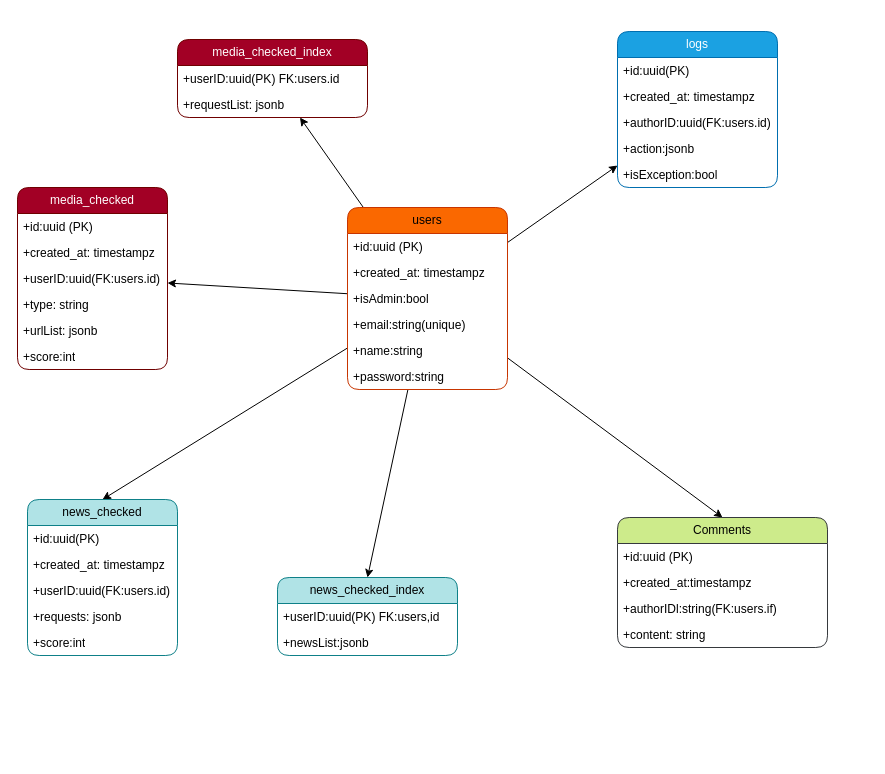
Before: page "Database" (1 of 3) of .diagrams/diagram.drawio in juanvictorqwerty/AI_AND_FAKE_NEWS_DETECTOR-, a draw.io diagram. Source tidied: cells renumbered, new cells numbered last; positions are measured from the earlier drawing's top-left corner, leaving out a move shared by most shapes. Both pictures are drawn from the tidied source at 100%, with x=0, y=0 at pixel (17, 31).
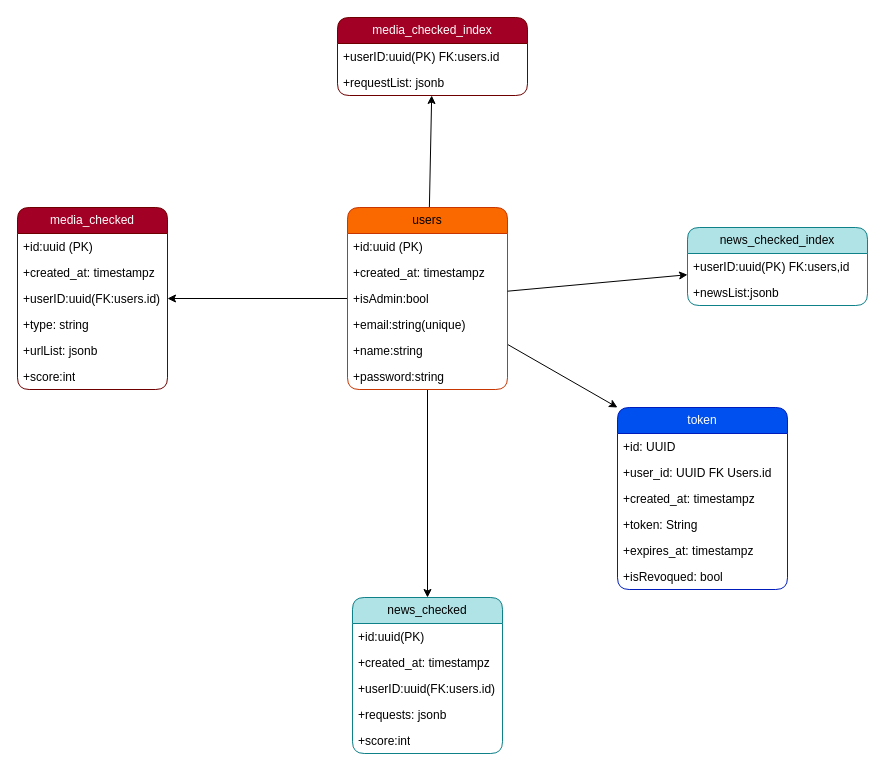
Above is the later version.

Commit message (it also covers changes not shown here):
refactor: remove logs and comments tables from database diagram and update entity positions

Unchanged cells that the change refers to:
```xml
<mxCell id="8" value="users" style="swimlane;fontStyle=0;horizontal=1;startSize=26;fillColor=#fa6800;whiteSpace=wrap;html=1;rounded=1;fontColor=#000000;strokeColor=#C73500;" parent="1" vertex="1">
  <mxGeometry x="330" y="176" width="160" height="182" as="geometry" />
</mxCell>
<mxCell id="11" value="+isAdmin:bool" style="text;strokeColor=none;fillColor=none;align=left;verticalAlign=top;spacingLeft=4;spacingRight=4;overflow=hidden;points=[[0,0.5],[1,0.5]];portConstraint=eastwest;whiteSpace=wrap;html=1;rounded=1;" parent="8" vertex="1">
  <mxGeometry y="78" width="160" height="26" as="geometry" />
</mxCell>
```

Change to the diagram source:
```diff
@@
-    <mxCell id="2" style="edgeStyle=none;html=1;" parent="1" edge="1" source="8" target="22">
-      <mxGeometry relative="1" as="geometry" />
-    </mxCell>
@@
-    <mxCell id="4" style="edgeStyle=none;html=1;entryX=0.5;entryY=0;entryDx=0;entryDy=0;" parent="1" edge="1" source="8" target="34">
-      <mxGeometry relative="1" as="geometry" />
-    </mxCell>
@@
-    <mxCell id="7" style="edgeStyle=none;html=1;entryX=0.5;entryY=0;entryDx=0;entryDy=0;" parent="1" edge="1" source="8" target="42">
-      <mxGeometry relative="1" as="geometry" />
-    </mxCell>
+    <mxCell id="45" style="edgeStyle=none;html=1;entryX=0;entryY=0;entryDx=0;entryDy=0;" parent="1" edge="1" source="8" target="47">
+      <mxGeometry relative="1" as="geometry" />
+    </mxCell>
@@
     <mxCell id="15" value="media_checked" style="swimlane;fontStyle=0;horizontal=1;startSize=26;fillColor=#a20025;whiteSpace=wrap;html=1;rounded=1;fontColor=#ffffff;strokeColor=#6F0000;" parent="1" vertex="1">
-      <mxGeometry y="156" width="150" height="182" as="geometry" />
+      <mxGeometry y="176" width="150" height="182" as="geometry" />
     </mxCell>
@@
-    <mxCell id="22" value="logs" style="swimlane;fontStyle=0;horizontal=1;startSize=26;fillColor=#1ba1e2;whiteSpace=wrap;html=1;rounded=1;fontColor=#ffffff;strokeColor=#006EAF;" parent="1" vertex="1">
-      <mxGeometry x="600" width="160" height="156" as="geometry" />
-    </mxCell>
-    <mxCell id="23" value="+id:uuid(PK)" style="text;strokeColor=none;fillColor=none;align=left;verticalAlign=top;spacingLeft=4;spacingRight=4;overflow=hidden;whiteSpace=wrap;html=1;rounded=1;" parent="22" vertex="1">
-      <mxGeometry y="26" width="160" height="26" as="geometry" />
-    </mxCell>
-    <mxCell id="24" value="+created_at: timestampz" style="text;strokeColor=none;fillColor=none;align=left;verticalAlign=top;spacingLeft=4;spacingRight=4;overflow=hidden;whiteSpace=wrap;html=1;rounded=1;" parent="22" vertex="1">
-      <mxGeometry y="52" width="160" height="26" as="geometry" />
-    </mxCell>
-    <mxCell id="25" value="+authorID:uuid(FK:users.id)" style="text;strokeColor=none;fillColor=none;align=left;verticalAlign=top;spacingLeft=4;spacingRight=4;overflow=hidden;whiteSpace=wrap;html=1;rounded=1;" parent="22" vertex="1">
-      <mxGeometry y="78" width="160" height="26" as="geometry" />
-    </mxCell>
-    <mxCell id="26" value="+action:jsonb" style="text;strokeColor=none;fillColor=none;align=left;verticalAlign=top;spacingLeft=4;spacingRight=4;overflow=hidden;whiteSpace=wrap;html=1;rounded=1;" parent="22" vertex="1">
-      <mxGeometry y="104" width="160" height="26" as="geometry" />
-    </mxCell>
-    <mxCell id="27" value="+isException:bool" style="text;strokeColor=none;fillColor=none;align=left;verticalAlign=top;spacingLeft=4;spacingRight=4;overflow=hidden;whiteSpace=wrap;html=1;rounded=1;" parent="22" vertex="1">
-      <mxGeometry y="130" width="160" height="26" as="geometry" />
-    </mxCell>
     <mxCell id="28" value="news_checked" style="swimlane;fontStyle=0;horizontal=1;startSize=26;fillColor=#b0e3e6;whiteSpace=wrap;html=1;rounded=1;strokeColor=#0e8088;" parent="1" vertex="1">
-      <mxGeometry x="10" y="468" width="150" height="156" as="geometry" />
+      <mxGeometry x="335" y="566" width="150" height="156" as="geometry" />
     </mxCell>
@@
-    <mxCell id="34" value="Comments" style="swimlane;fontStyle=0;horizontal=1;startSize=26;fillColor=#cdeb8b;whiteSpace=wrap;html=1;rounded=1;strokeColor=#36393d;" parent="1" vertex="1">
-      <mxGeometry x="600" y="486" width="210" height="130" as="geometry" />
-    </mxCell>
-    <mxCell id="35" value="+id:uuid (PK)" style="text;strokeColor=none;fillColor=none;align=left;verticalAlign=top;spacingLeft=4;spacingRight=4;overflow=hidden;whiteSpace=wrap;html=1;rounded=1;" parent="34" vertex="1">
-      <mxGeometry y="26" width="210" height="26" as="geometry" />
-    </mxCell>
-    <mxCell id="36" value="+created_at:timestampz" style="text;strokeColor=none;fillColor=none;align=left;verticalAlign=top;spacingLeft=4;spacingRight=4;overflow=hidden;whiteSpace=wrap;html=1;rounded=1;" parent="34" vertex="1">
-      <mxGeometry y="52" width="210" height="26" as="geometry" />
-    </mxCell>
-    <mxCell id="37" value="+authorIDl:string(FK:users.if)" style="text;strokeColor=none;fillColor=none;align=left;verticalAlign=top;spacingLeft=4;spacingRight=4;overflow=hidden;whiteSpace=wrap;html=1;rounded=1;" parent="34" vertex="1">
-      <mxGeometry y="78" width="210" height="26" as="geometry" />
-    </mxCell>
-    <mxCell id="38" value="+content: string" style="text;strokeColor=none;fillColor=none;align=left;verticalAlign=top;spacingLeft=4;spacingRight=4;overflow=hidden;whiteSpace=wrap;html=1;rounded=1;" parent="34" vertex="1">
-      <mxGeometry y="104" width="210" height="26" as="geometry" />
-    </mxCell>
     <mxCell id="39" value="media_checked_index" style="swimlane;fontStyle=0;horizontal=1;startSize=26;fillColor=#a20025;whiteSpace=wrap;html=1;rounded=1;fontColor=#ffffff;strokeColor=#6F0000;" parent="1" vertex="1">
-      <mxGeometry x="160" y="8" width="190" height="78" as="geometry" />
+      <mxGeometry x="320" y="-14" width="190" height="78" as="geometry" />
     </mxCell>
@@
     <mxCell id="42" value="news_checked_index" style="swimlane;fontStyle=0;horizontal=1;startSize=26;fillColor=#b0e3e6;whiteSpace=wrap;html=1;rounded=1;strokeColor=#0e8088;" parent="1" vertex="1">
-      <mxGeometry x="260" y="546" width="180" height="78" as="geometry" />
+      <mxGeometry x="670" y="196" width="180" height="78" as="geometry" />
     </mxCell>
@@
+    <mxCell id="46" style="edgeStyle=none;html=1;" parent="1" edge="1" source="11" target="42">
+      <mxGeometry relative="1" as="geometry" />
+    </mxCell>
+    <mxCell id="47" value="token" style="swimlane;fontStyle=0;horizontal=1;startSize=26;fillColor=#0050ef;whiteSpace=wrap;html=1;fontColor=#ffffff;strokeColor=#001DBC;rounded=1;" parent="1" vertex="1">
+      <mxGeometry x="600" y="376" width="170" height="182" as="geometry" />
+    </mxCell>
+    <mxCell id="48" value="+id: UUID" style="text;strokeColor=none;fillColor=none;align=left;verticalAlign=top;spacingLeft=4;spacingRight=4;overflow=hidden;whiteSpace=wrap;html=1;" parent="47" vertex="1">
+      <mxGeometry y="26" width="170" height="26" as="geometry" />
+    </mxCell>
+    <mxCell id="49" value="+user_id: UUID FK Users.id" style="text;strokeColor=none;fillColor=none;align=left;verticalAlign=top;spacingLeft=4;spacingRight=4;overflow=hidden;whiteSpace=wrap;html=1;" parent="47" vertex="1">
+      <mxGeometry y="52" width="170" height="26" as="geometry" />
+    </mxCell>
+    <mxCell id="24" value="+created_at: timestampz" style="text;strokeColor=none;fillColor=none;align=left;verticalAlign=top;spacingLeft=4;spacingRight=4;overflow=hidden;whiteSpace=wrap;html=1;" parent="47" vertex="1">
+      <mxGeometry y="78" width="170" height="26" as="geometry" />
+    </mxCell>
+    <mxCell id="50" value="+token: String" style="text;strokeColor=none;fillColor=none;align=left;verticalAlign=top;spacingLeft=4;spacingRight=4;overflow=hidden;whiteSpace=wrap;html=1;" parent="47" vertex="1">
+      <mxGeometry y="104" width="170" height="26" as="geometry" />
+    </mxCell>
+    <mxCell id="51" value="+expires_at: timestampz" style="text;strokeColor=none;fillColor=none;align=left;verticalAlign=top;spacingLeft=4;spacingRight=4;overflow=hidden;whiteSpace=wrap;html=1;" parent="47" vertex="1">
+      <mxGeometry y="130" width="170" height="26" as="geometry" />
+    </mxCell>
+    <mxCell id="52" value="+isRevoqued: bool" style="text;strokeColor=none;fillColor=none;align=left;verticalAlign=top;spacingLeft=4;spacingRight=4;overflow=hidden;whiteSpace=wrap;html=1;" parent="47" vertex="1">
+      <mxGeometry y="156" width="170" height="26" as="geometry" />
+    </mxCell>
```
